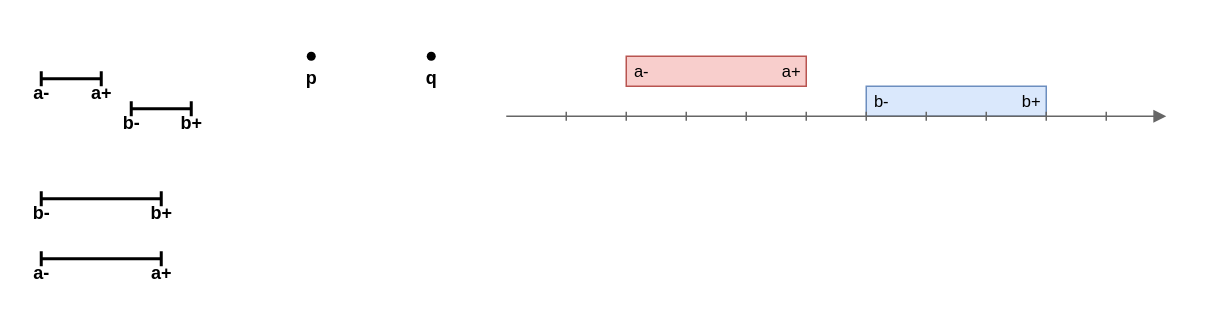
gchudnov/mindthegap keeps this draw.io diagram as page "Relations-Src" (4 of 4) of res/resources.drawio. Above is the earlier version. Source tidied: cells renumbered, new cells numbered last; positions are measured from the earlier drawing's top-left corner, leaving out a move shared by most shapes. Both pictures are drawn from the tidied source at 150%, with x=0, y=0 at pixel (26, 26).
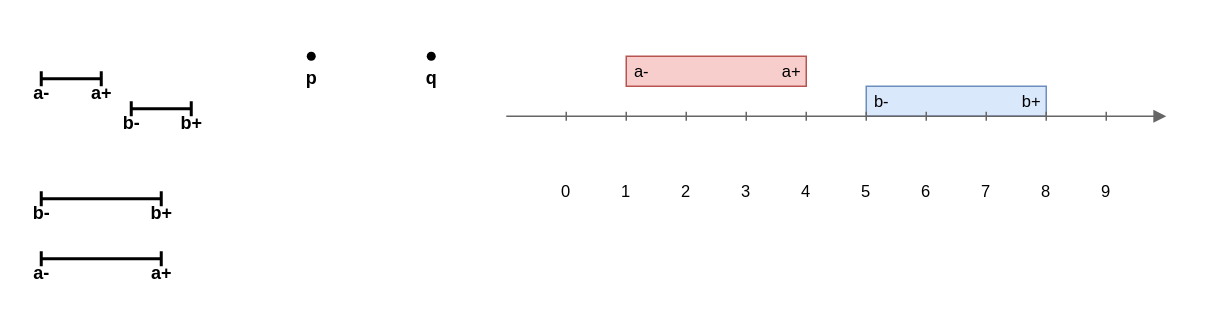
Above is the later version.

The edit, as a diff of the source:
```diff
@@
+    <mxCell id="37" value="0" style="text;html=1;strokeColor=none;fillColor=none;align=center;verticalAlign=middle;whiteSpace=wrap;rounded=0;fontSize=11;" parent="1" vertex="1">
+      <mxGeometry x="350" y="100" width="20" height="20" as="geometry" />
+    </mxCell>
+    <mxCell id="38" value="1" style="text;html=1;strokeColor=none;fillColor=none;align=center;verticalAlign=middle;whiteSpace=wrap;rounded=0;fontSize=11;" parent="1" vertex="1">
+      <mxGeometry x="390" y="100" width="20" height="20" as="geometry" />
+    </mxCell>
+    <mxCell id="39" value="2" style="text;html=1;strokeColor=none;fillColor=none;align=center;verticalAlign=middle;whiteSpace=wrap;rounded=0;fontSize=11;" parent="1" vertex="1">
+      <mxGeometry x="430" y="100" width="20" height="20" as="geometry" />
+    </mxCell>
+    <mxCell id="40" value="3" style="text;html=1;strokeColor=none;fillColor=none;align=center;verticalAlign=middle;whiteSpace=wrap;rounded=0;fontSize=11;" parent="1" vertex="1">
+      <mxGeometry x="470" y="100" width="20" height="20" as="geometry" />
+    </mxCell>
+    <mxCell id="41" value="4" style="text;html=1;strokeColor=none;fillColor=none;align=center;verticalAlign=middle;whiteSpace=wrap;rounded=0;fontSize=11;" parent="1" vertex="1">
+      <mxGeometry x="510" y="100" width="20" height="20" as="geometry" />
+    </mxCell>
+    <mxCell id="42" value="5" style="text;html=1;strokeColor=none;fillColor=none;align=center;verticalAlign=middle;whiteSpace=wrap;rounded=0;fontSize=11;" parent="1" vertex="1">
+      <mxGeometry x="550" y="100" width="20" height="20" as="geometry" />
+    </mxCell>
+    <mxCell id="43" value="6" style="text;html=1;strokeColor=none;fillColor=none;align=center;verticalAlign=middle;whiteSpace=wrap;rounded=0;fontSize=11;" parent="1" vertex="1">
+      <mxGeometry x="590" y="100" width="20" height="20" as="geometry" />
+    </mxCell>
+    <mxCell id="44" value="7" style="text;html=1;strokeColor=none;fillColor=none;align=center;verticalAlign=middle;whiteSpace=wrap;rounded=0;fontSize=11;" parent="1" vertex="1">
+      <mxGeometry x="630" y="100" width="20" height="20" as="geometry" />
+    </mxCell>
+    <mxCell id="45" value="8" style="text;html=1;strokeColor=none;fillColor=none;align=center;verticalAlign=middle;whiteSpace=wrap;rounded=0;fontSize=11;" parent="1" vertex="1">
+      <mxGeometry x="670" y="100" width="20" height="20" as="geometry" />
+    </mxCell>
+    <mxCell id="46" value="9" style="text;html=1;strokeColor=none;fillColor=none;align=center;verticalAlign=middle;whiteSpace=wrap;rounded=0;fontSize=11;" parent="1" vertex="1">
+      <mxGeometry x="710" y="100" width="20" height="20" as="geometry" />
+    </mxCell>
```
